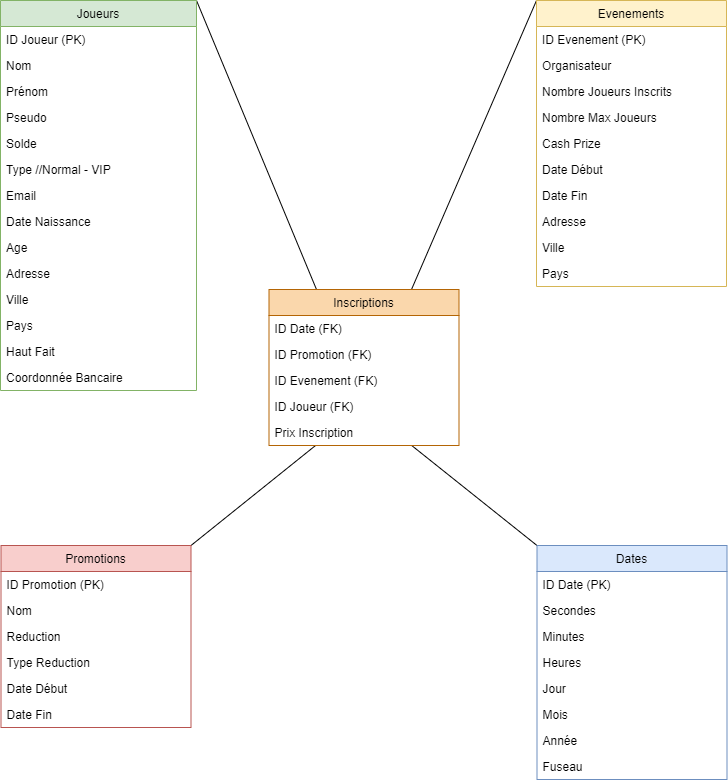
Before: HMIN122M/projet/conception/images/star-detail-inscription.png, a diagram exported from draw.io (DocAmaroo/M1Aigle). Source tidied: cells renumbered, new cells last; positions are measured from the earlier drawing's top-left corner, leaving out a move shared by most shapes.
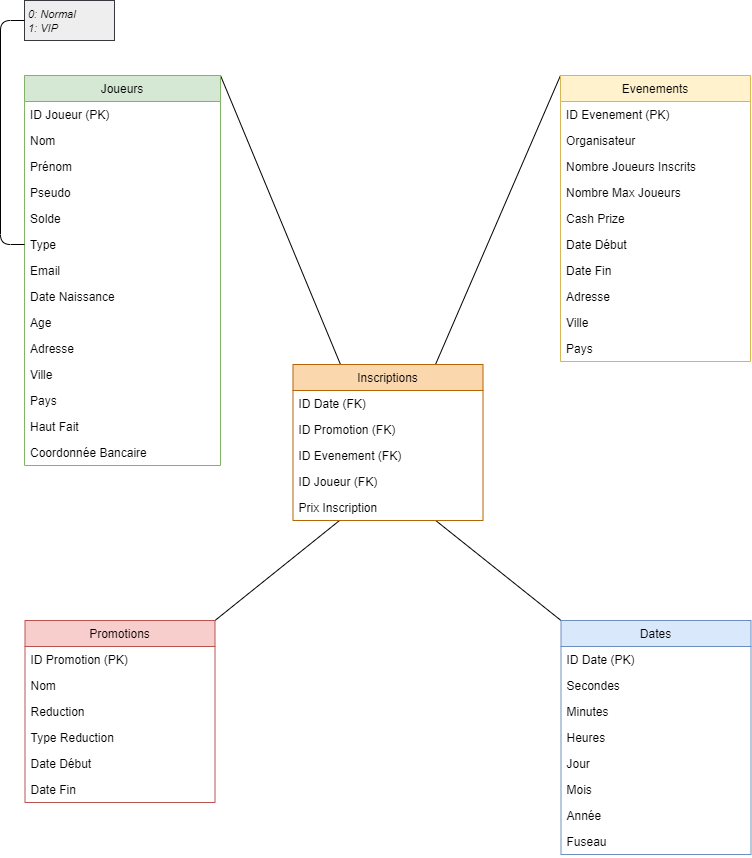
Later version of the same file.

The edit, as a diff of the source:
```diff
@@ -50,7 +50,7 @@
     <mxCell id="17" value="Solde" style="text;strokeColor=none;fillColor=none;align=left;verticalAlign=top;spacingLeft=4;spacingRight=4;overflow=hidden;" parent="12" vertex="1">
       <mxGeometry y="130" width="196" height="26" as="geometry" />
     </mxCell>
-    <mxCell id="18" value="Type //Normal - VIP" style="text;strokeColor=none;fillColor=none;align=left;verticalAlign=top;spacingLeft=4;spacingRight=4;overflow=hidden;points=[[0,0.5],[1,0.5]];portConstraint=eastwest;" parent="12" vertex="1">
+    <mxCell id="18" value="Type" style="text;strokeColor=none;fillColor=none;align=left;verticalAlign=top;spacingLeft=4;spacingRight=4;overflow=hidden;points=[[0,0.5],[1,0.5]];portConstraint=eastwest;" parent="12" vertex="1">
       <mxGeometry y="156" width="196" height="26" as="geometry" />
     </mxCell>
     <mxCell id="19" value="Email " style="text;strokeColor=none;fillColor=none;align=left;verticalAlign=top;spacingLeft=4;spacingRight=4;overflow=hidden;" parent="12" vertex="1">
@@ -158,5 +158,15 @@
     <mxCell id="53" value="Date Fin" style="text;strokeColor=none;fillColor=none;align=left;verticalAlign=top;spacingLeft=4;spacingRight=4;overflow=hidden;" parent="47" vertex="1">
       <mxGeometry y="156" width="190" height="26" as="geometry" />
     </mxCell>
+    <mxCell id="54" value="&lt;font style=&quot;font-size: 11px&quot;&gt;&lt;i&gt;0: Normal&lt;br&gt;1: VIP&lt;/i&gt;&lt;/font&gt;" style="whiteSpace=wrap;html=1;rounded=1;arcSize=0;align=left;verticalAlign=middle;strokeWidth=1;spacing=4;newEdgeStyle={&quot;edgeStyle&quot;:&quot;entityRelationEdgeStyle&quot;,&quot;startArrow&quot;:&quot;none&quot;,&quot;endArrow&quot;:&quot;none&quot;,&quot;segment&quot;:10,&quot;curved&quot;:1};sketch=0;fillColor=#eeeeee;shadow=0;glass=0;strokeColor=#36393d;" parent="1" vertex="1" collapsed="1">
+      <mxGeometry y="-75" width="90" height="40" as="geometry" />
+    </mxCell>
+    <mxCell id="55" style="edgeStyle=elbowEdgeStyle;startArrow=none;endArrow=none;segment=10;entryX=0;entryY=0.5;entryDx=0;entryDy=0;exitX=0;exitY=0.5;exitDx=0;exitDy=0;" parent="1" edge="1" source="18" target="54">
+      <mxGeometry relative="1" as="geometry">
+        <Array as="points">
+          <mxPoint x="-24" y="57" />
+        </Array>
+      </mxGeometry>
+    </mxCell>
   </root>
 </mxGraphModel>
```
